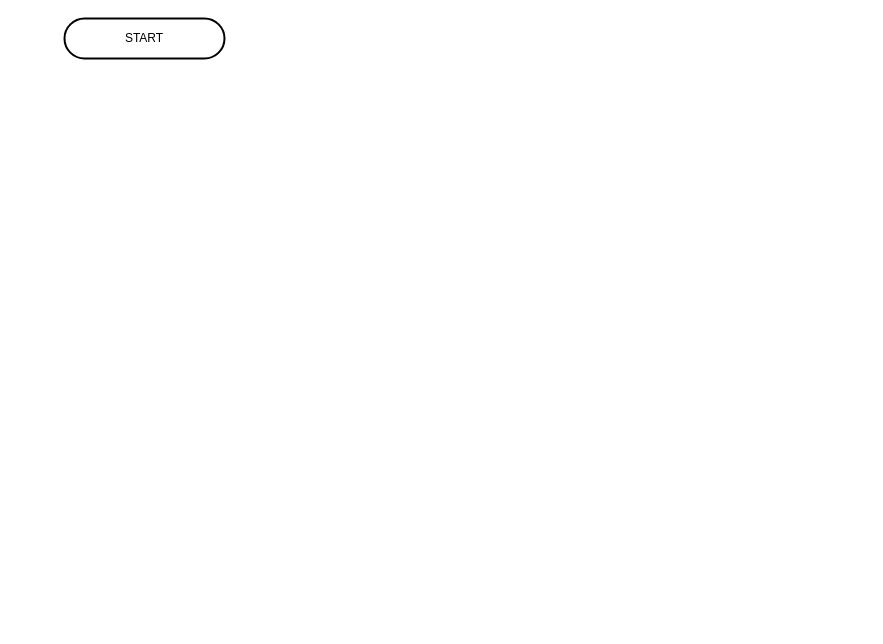
whatusernameisleft/ds-assignment keeps this draw.io diagram as page "system" (4 of 4) of flowcharts.drawio. Above is the earlier version. Source tidied: cells renumbered, new cells numbered last; positions are measured from the earlier drawing's top-left corner, leaving out a move shared by most shapes. Both pictures are drawn from the tidied source at 100%, with x=0, y=0 at pixel (64, 18).
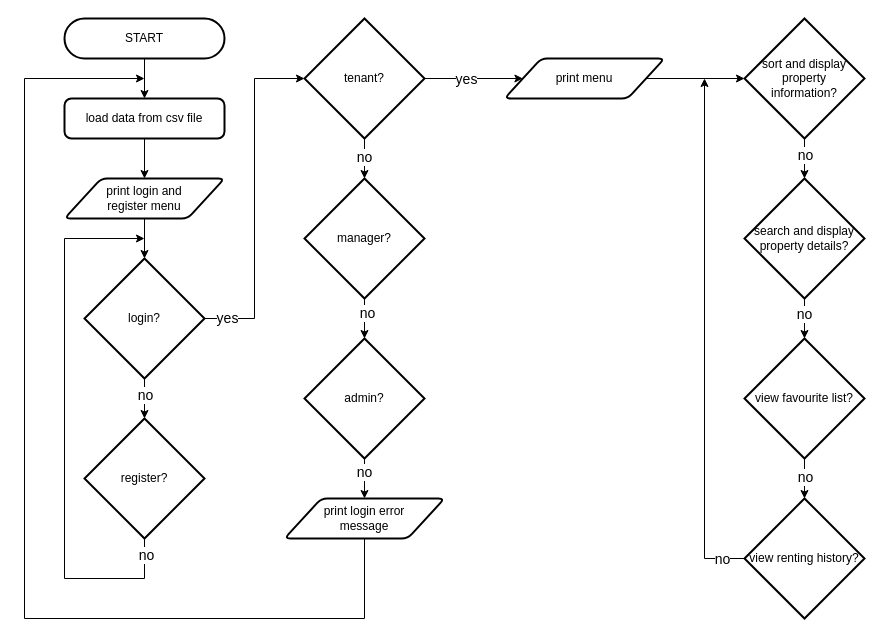
After the change.

The change refers to these unchanged cells:
```xml
<mxCell id="2" value="START" style="html=1;dashed=0;whiteSpace=wrap;shape=mxgraph.dfd.start;strokeWidth=2;" parent="1" vertex="1">
  <mxGeometry width="160" height="40" as="geometry" />
</mxCell>
```

Change to the diagram source:
```diff
@@
+    <mxCell id="3" style="edgeStyle=orthogonalEdgeStyle;rounded=0;jettySize=auto;html=1;exitX=0.5;exitY=1;exitDx=0;exitDy=0;" parent="1" edge="1" source="33" target="6">
+      <mxGeometry relative="1" as="geometry" />
+    </mxCell>
+    <mxCell id="4" style="edgeStyle=orthogonalEdgeStyle;rounded=0;jettySize=auto;html=1;exitX=0.5;exitY=0.5;exitDx=0;exitDy=20;exitPerimeter=0;entryX=0.5;entryY=0;entryDx=0;entryDy=0;" parent="1" edge="1" source="2" target="33">
+      <mxGeometry relative="1" as="geometry" />
+    </mxCell>
@@
+    <mxCell id="5" style="edgeStyle=orthogonalEdgeStyle;rounded=0;jettySize=auto;html=1;" parent="1" edge="1" source="6" target="11">
+      <mxGeometry relative="1" as="geometry" />
+    </mxCell>
+    <mxCell id="6" value="print login and &lt;br&gt;register menu" style="shape=parallelogram;html=1;strokeWidth=2;perimeter=parallelogramPerimeter;whiteSpace=wrap;rounded=1;arcSize=12;size=0.23;" parent="1" vertex="1">
+      <mxGeometry y="160" width="160" height="40" as="geometry" />
+    </mxCell>
+    <mxCell id="7" style="edgeStyle=orthogonalEdgeStyle;rounded=0;jettySize=auto;html=1;" parent="1" edge="1" source="11" target="14">
+      <mxGeometry relative="1" as="geometry" />
+    </mxCell>
+    <mxCell id="8" value="no" style="edgeLabel;html=1;align=center;verticalAlign=middle;fontSize=14;" parent="7" vertex="1">
+      <mxGeometry x="-0.19" relative="1" as="geometry" />
+    </mxCell>
+    <mxCell id="9" style="edgeStyle=orthogonalEdgeStyle;rounded=0;jettySize=auto;html=1;exitX=1;exitY=0.5;exitDx=0;exitDy=0;exitPerimeter=0;entryX=0;entryY=0.5;entryDx=0;entryDy=0;entryPerimeter=0;" parent="1" edge="1" source="11" target="19">
+      <mxGeometry relative="1" as="geometry" />
+    </mxCell>
+    <mxCell id="10" value="yes" style="edgeLabel;html=1;align=center;verticalAlign=middle;fontSize=14;" parent="9" vertex="1">
+      <mxGeometry x="-0.87" y="-1" relative="1" as="geometry">
+        <mxPoint y="-2" as="offset" />
+      </mxGeometry>
+    </mxCell>
+    <mxCell id="11" value="login?" style="strokeWidth=2;html=1;shape=mxgraph.flowchart.decision;whiteSpace=wrap;" parent="1" vertex="1">
+      <mxGeometry x="20" y="240" width="120" height="120" as="geometry" />
+    </mxCell>
+    <mxCell id="12" style="edgeStyle=orthogonalEdgeStyle;rounded=0;jettySize=auto;html=1;exitX=0.5;exitY=1;exitDx=0;exitDy=0;exitPerimeter=0;" parent="1" edge="1" source="14">
+      <mxGeometry relative="1" as="geometry">
+        <mxPoint x="80" y="220" as="targetPoint" />
+        <Array as="points">
+          <mxPoint x="80" y="560" />
+          <mxPoint y="560" />
+          <mxPoint y="220" />
+        </Array>
+      </mxGeometry>
+    </mxCell>
+    <mxCell id="13" value="no" style="edgeLabel;html=1;align=center;verticalAlign=middle;fontSize=14;" parent="12" vertex="1">
+      <mxGeometry x="-0.94" y="1" relative="1" as="geometry" />
+    </mxCell>
+    <mxCell id="14" value="register?" style="strokeWidth=2;html=1;shape=mxgraph.flowchart.decision;whiteSpace=wrap;" parent="1" vertex="1">
+      <mxGeometry x="20" y="400" width="120" height="120" as="geometry" />
+    </mxCell>
+    <mxCell id="15" style="edgeStyle=orthogonalEdgeStyle;rounded=0;jettySize=auto;html=1;" parent="1" edge="1" source="19" target="22">
+      <mxGeometry relative="1" as="geometry" />
+    </mxCell>
+    <mxCell id="16" value="no" style="edgeLabel;html=1;align=center;verticalAlign=middle;fontSize=14;" parent="15" vertex="1">
+      <mxGeometry x="-0.11" y="-1" relative="1" as="geometry" />
+    </mxCell>
+    <mxCell id="17" style="edgeStyle=orthogonalEdgeStyle;rounded=0;jettySize=auto;html=1;exitX=1;exitY=0.5;exitDx=0;exitDy=0;exitPerimeter=0;" parent="1" edge="1" source="19" target="29">
+      <mxGeometry relative="1" as="geometry" />
+    </mxCell>
+    <mxCell id="18" value="yes" style="edgeLabel;html=1;align=center;verticalAlign=middle;fontSize=14;" parent="17" vertex="1">
+      <mxGeometry x="-0.17" relative="1" as="geometry" />
+    </mxCell>
+    <mxCell id="19" value="tenant?" style="strokeWidth=2;html=1;shape=mxgraph.flowchart.decision;whiteSpace=wrap;" parent="1" vertex="1">
+      <mxGeometry x="240" width="120" height="120" as="geometry" />
+    </mxCell>
+    <mxCell id="20" style="edgeStyle=orthogonalEdgeStyle;rounded=0;jettySize=auto;html=1;" parent="1" edge="1" source="22" target="25">
+      <mxGeometry relative="1" as="geometry" />
+    </mxCell>
+    <mxCell id="21" value="no" style="edgeLabel;html=1;align=center;verticalAlign=middle;fontSize=14;" parent="20" vertex="1">
+      <mxGeometry x="-0.28" y="2" relative="1" as="geometry" />
+    </mxCell>
+    <mxCell id="22" value="manager?" style="strokeWidth=2;html=1;shape=mxgraph.flowchart.decision;whiteSpace=wrap;" parent="1" vertex="1">
+      <mxGeometry x="240" y="160" width="120" height="120" as="geometry" />
+    </mxCell>
+    <mxCell id="23" style="edgeStyle=orthogonalEdgeStyle;rounded=0;jettySize=auto;html=1;" parent="1" edge="1" source="25" target="27">
+      <mxGeometry relative="1" as="geometry" />
+    </mxCell>
+    <mxCell id="24" value="no" style="edgeLabel;html=1;align=center;verticalAlign=middle;fontSize=14;" parent="23" vertex="1">
+      <mxGeometry x="-0.33" y="-1" relative="1" as="geometry" />
+    </mxCell>
+    <mxCell id="25" value="admin?" style="strokeWidth=2;html=1;shape=mxgraph.flowchart.decision;whiteSpace=wrap;" parent="1" vertex="1">
+      <mxGeometry x="240" y="320" width="120" height="120" as="geometry" />
+    </mxCell>
+    <mxCell id="26" style="edgeStyle=orthogonalEdgeStyle;rounded=0;jettySize=auto;html=1;exitX=0.5;exitY=1;exitDx=0;exitDy=0;" parent="1" edge="1" source="27">
+      <mxGeometry relative="1" as="geometry">
+        <mxPoint x="80" y="60" as="targetPoint" />
+        <Array as="points">
+          <mxPoint x="300" y="600" />
+          <mxPoint x="-40" y="600" />
+          <mxPoint x="-40" y="60" />
+        </Array>
+      </mxGeometry>
+    </mxCell>
+    <mxCell id="27" value="print login error &lt;br&gt;message" style="shape=parallelogram;html=1;strokeWidth=2;perimeter=parallelogramPerimeter;whiteSpace=wrap;rounded=1;arcSize=12;size=0.23;" parent="1" vertex="1">
+      <mxGeometry x="220" y="480" width="160" height="40" as="geometry" />
+    </mxCell>
+    <mxCell id="28" style="edgeStyle=orthogonalEdgeStyle;rounded=0;jettySize=auto;html=1;" parent="1" edge="1" source="29" target="32">
+      <mxGeometry relative="1" as="geometry" />
+    </mxCell>
+    <mxCell id="29" value="print menu" style="shape=parallelogram;html=1;strokeWidth=2;perimeter=parallelogramPerimeter;whiteSpace=wrap;rounded=1;arcSize=12;size=0.23;" parent="1" vertex="1">
+      <mxGeometry x="440" y="40" width="160" height="40" as="geometry" />
+    </mxCell>
+    <mxCell id="30" style="edgeStyle=orthogonalEdgeStyle;rounded=0;jettySize=auto;html=1;" parent="1" edge="1" source="32" target="36">
+      <mxGeometry relative="1" as="geometry" />
+    </mxCell>
+    <mxCell id="31" value="no" style="edgeLabel;html=1;align=center;verticalAlign=middle;fontSize=14;" parent="30" vertex="1">
+      <mxGeometry x="-0.19" relative="1" as="geometry" />
+    </mxCell>
+    <mxCell id="32" value="sort and display property &lt;br&gt;information?" style="strokeWidth=2;html=1;shape=mxgraph.flowchart.decision;whiteSpace=wrap;" parent="1" vertex="1">
+      <mxGeometry x="680" width="120" height="120" as="geometry" />
+    </mxCell>
+    <mxCell id="33" value="load data from csv file" style="rounded=1;whiteSpace=wrap;html=1;absoluteArcSize=1;arcSize=14;strokeWidth=2;" parent="1" vertex="1">
+      <mxGeometry y="80" width="160" height="40" as="geometry" />
+    </mxCell>
+    <mxCell id="34" style="edgeStyle=orthogonalEdgeStyle;rounded=0;jettySize=auto;html=1;" parent="1" edge="1" source="36" target="39">
+      <mxGeometry relative="1" as="geometry" />
+    </mxCell>
+    <mxCell id="35" value="no" style="edgeLabel;html=1;align=center;verticalAlign=middle;fontSize=14;" parent="34" vertex="1">
+      <mxGeometry x="-0.25" y="-2" relative="1" as="geometry">
+        <mxPoint x="1" as="offset" />
+      </mxGeometry>
+    </mxCell>
+    <mxCell id="36" value="search and display property details?" style="strokeWidth=2;html=1;shape=mxgraph.flowchart.decision;whiteSpace=wrap;" parent="1" vertex="1">
+      <mxGeometry x="680" y="160" width="120" height="120" as="geometry" />
+    </mxCell>
+    <mxCell id="37" style="edgeStyle=orthogonalEdgeStyle;rounded=0;jettySize=auto;html=1;" parent="1" edge="1" source="39" target="42">
+      <mxGeometry relative="1" as="geometry" />
+    </mxCell>
+    <mxCell id="38" value="no" style="edgeLabel;html=1;align=center;verticalAlign=middle;fontSize=14;" parent="37" vertex="1">
+      <mxGeometry x="-0.12" relative="1" as="geometry" />
+    </mxCell>
+    <mxCell id="39" value="view favourite list?" style="strokeWidth=2;html=1;shape=mxgraph.flowchart.decision;whiteSpace=wrap;" parent="1" vertex="1">
+      <mxGeometry x="680" y="320" width="120" height="120" as="geometry" />
+    </mxCell>
+    <mxCell id="40" style="edgeStyle=orthogonalEdgeStyle;rounded=0;jettySize=auto;html=1;exitX=0;exitY=0.5;exitDx=0;exitDy=0;exitPerimeter=0;" parent="1" edge="1" source="42">
+      <mxGeometry relative="1" as="geometry">
+        <mxPoint x="640" y="60" as="targetPoint" />
+        <Array as="points">
+          <mxPoint x="640" y="540" />
+          <mxPoint x="640" y="60" />
+        </Array>
+      </mxGeometry>
+    </mxCell>
+    <mxCell id="41" value="no" style="edgeLabel;html=1;align=center;verticalAlign=middle;fontSize=14;" parent="40" vertex="1">
+      <mxGeometry x="-0.91" relative="1" as="geometry" />
+    </mxCell>
+    <mxCell id="42" value="view renting history?" style="strokeWidth=2;html=1;shape=mxgraph.flowchart.decision;whiteSpace=wrap;" parent="1" vertex="1">
+      <mxGeometry x="680" y="480" width="120" height="120" as="geometry" />
+    </mxCell>
```
